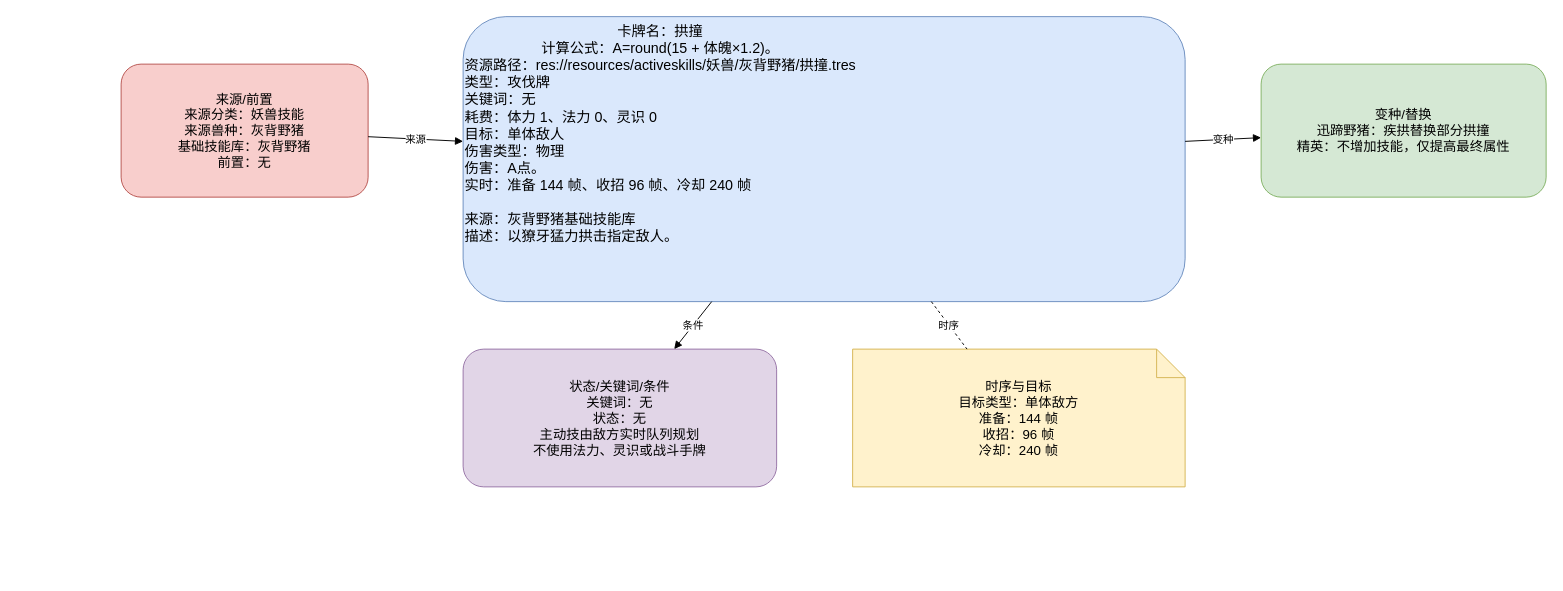
Before: page "拱撞" (1 of 2) of docs/卡牌词典/妖兽/灰背野猪/拱撞.drawio in ankundanetracyc-spec/tian-guan-you-du, a draw.io diagram. Source tidied: cells renumbered, new cells numbered last; positions are measured from the earlier drawing's top-left corner, leaving out a move shared by most shapes. Both pictures are drawn from the tidied source at 95%, with x=0, y=0 at pixel (121, 16).
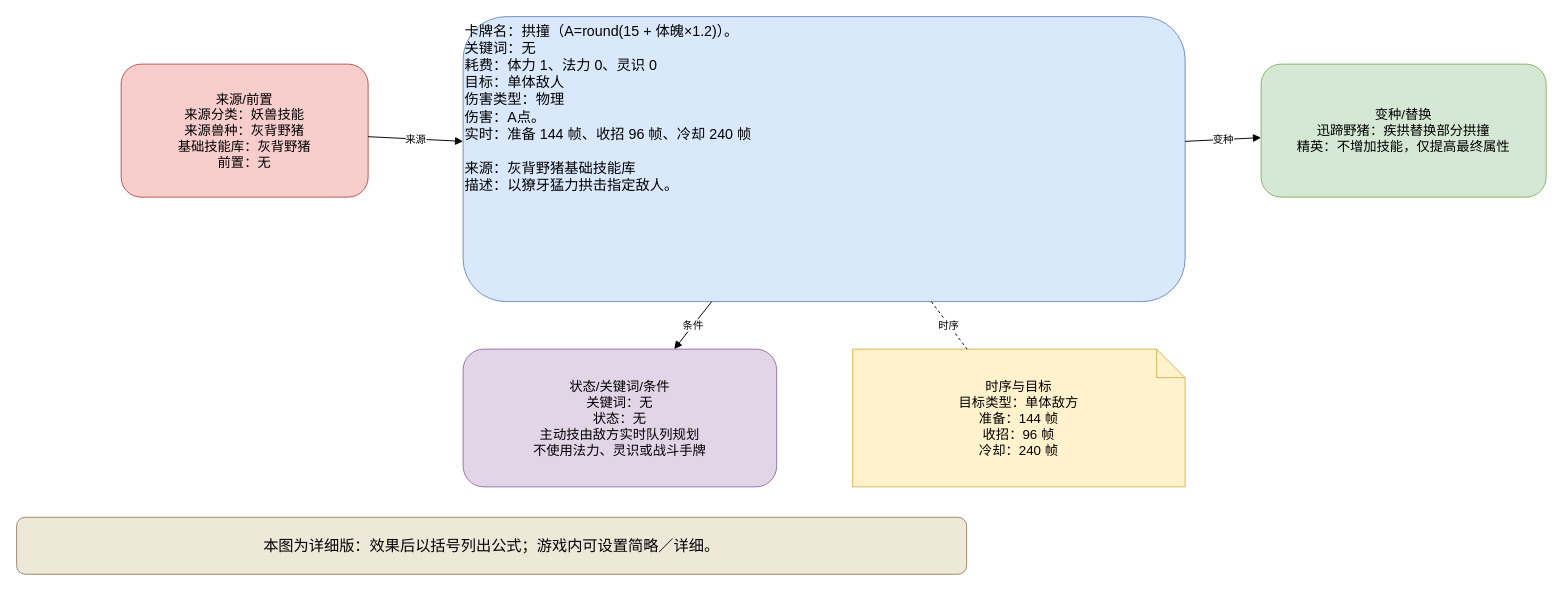
Above is the later version.

Diff of the diagram source:
```diff
@@
 <mxGraphModel>
   <root>
     <mxCell id="0" />
     <mxCell id="1" parent="0" />
-    <mxCell id="2" value="&lt;div style=&quot;text-align:center;&quot;&gt;卡牌名：拱撞&lt;br&gt;计算公式：A=round(15 + 体魄×1.2)。&lt;/div&gt;&lt;div style=&quot;text-align:left;&quot;&gt;资源路径：res://resources/activeskills/妖兽/灰背野猪/拱撞.tres&lt;br&gt;类型：攻伐牌&lt;br&gt;关键词：无&lt;br&gt;耗费：体力 1、法力 0、灵识 0&lt;br&gt;目标：单体敌人&lt;br&gt;伤害类型：物理&lt;br&gt;伤害：A点。&lt;br&gt;实时：准备 144 帧、收招 96 帧、冷却 240 帧&lt;/div&gt;&lt;br&gt;来源：灰背野猪基础技能库&lt;br&gt;描述：以獠牙猛力拱击指定敌人。" style="rounded=1;whiteSpace=wrap;html=1;fillColor=#dae8fc;strokeColor=#6c8ebf;fontSize=15;align=left;verticalAlign=top;" parent="1" vertex="1">
+    <mxCell id="2" value="卡牌名：拱撞（A=round(15 + 体魄×1.2)）。&#10;关键词：无&#10;耗费：体力 1、法力 0、灵识 0&#10;目标：单体敌人&#10;伤害类型：物理&#10;伤害：A点。&#10;实时：准备 144 帧、收招 96 帧、冷却 240 帧&#10;&#10;来源：灰背野猪基础技能库&#10;描述：以獠牙猛力拱击指定敌人。" style="rounded=1;whiteSpace=wrap;html=1;fillColor=#dae8fc;strokeColor=#6c8ebf;fontSize=15;align=left;verticalAlign=top;" parent="1" vertex="1">
       <mxGeometry x="360" width="760" height="300" as="geometry" />
     </mxCell>
     <mxCell id="3" value="来源/前置&#10;来源分类：妖兽技能&#10;来源兽种：灰背野猪&#10;基础技能库：灰背野猪&#10;前置：无" style="rounded=1;whiteSpace=wrap;html=1;fillColor=#f8cecc;strokeColor=#b85450;fontSize=14;" parent="1" vertex="1">
       <mxGeometry y="50" width="260" height="140" as="geometry" />
     </mxCell>
     <mxCell id="4" value="变种/替换&#10;迅蹄野猪：疾拱替换部分拱撞&#10;精英：不增加技能，仅提高最终属性" style="rounded=1;whiteSpace=wrap;html=1;fillColor=#d5e8d4;strokeColor=#82b366;fontSize=14;" parent="1" vertex="1">
       <mxGeometry x="1200" y="50" width="300" height="140" as="geometry" />
     </mxCell>
     <mxCell id="5" value="状态/关键词/条件&#10;关键词：无&#10;状态：无&#10;主动技由敌方实时队列规划&#10;不使用法力、灵识或战斗手牌" style="rounded=1;whiteSpace=wrap;html=1;fillColor=#e1d5e7;strokeColor=#9673a6;fontSize=14;" parent="1" vertex="1">
       <mxGeometry x="360" y="350" width="330" height="145" as="geometry" />
     </mxCell>
     <mxCell id="6" value="时序与目标&#10;目标类型：单体敌方&#10;准备：144 帧&#10;收招：96 帧&#10;冷却：240 帧" style="shape=note;whiteSpace=wrap;html=1;fillColor=#fff2cc;strokeColor=#d6b656;fontSize=14;" parent="1" vertex="1">
       <mxGeometry x="770" y="350" width="350" height="145" as="geometry" />
     </mxCell>
     <mxCell id="7" value="来源" style="endArrow=block;html=1;rounded=0;" parent="1" edge="1" source="3" target="2">
       <mxGeometry relative="1" as="geometry" />
     </mxCell>
     <mxCell id="8" value="变种" style="endArrow=block;html=1;rounded=0;" parent="1" edge="1" source="2" target="4">
       <mxGeometry relative="1" as="geometry" />
     </mxCell>
     <mxCell id="9" value="条件" style="endArrow=block;html=1;rounded=0;" parent="1" edge="1" source="2" target="5">
       <mxGeometry relative="1" as="geometry" />
     </mxCell>
     <mxCell id="10" value="时序" style="endArrow=none;dashed=1;html=1;" parent="1" edge="1" source="2" target="6">
       <mxGeometry relative="1" as="geometry" />
     </mxCell>
+    <mxCell id="11" value="本图为详细版：效果后以括号列出公式；游戏内可设置简略／详细。" style="rounded=1;whiteSpace=wrap;html=1;fillColor=#eee8d8;strokeColor=#9a8967;fontSize=16;" parent="1" vertex="1">
+      <mxGeometry x="-110" y="527" width="1000" height="60" as="geometry" />
+    </mxCell>
   </root>
 </mxGraphModel>
```
